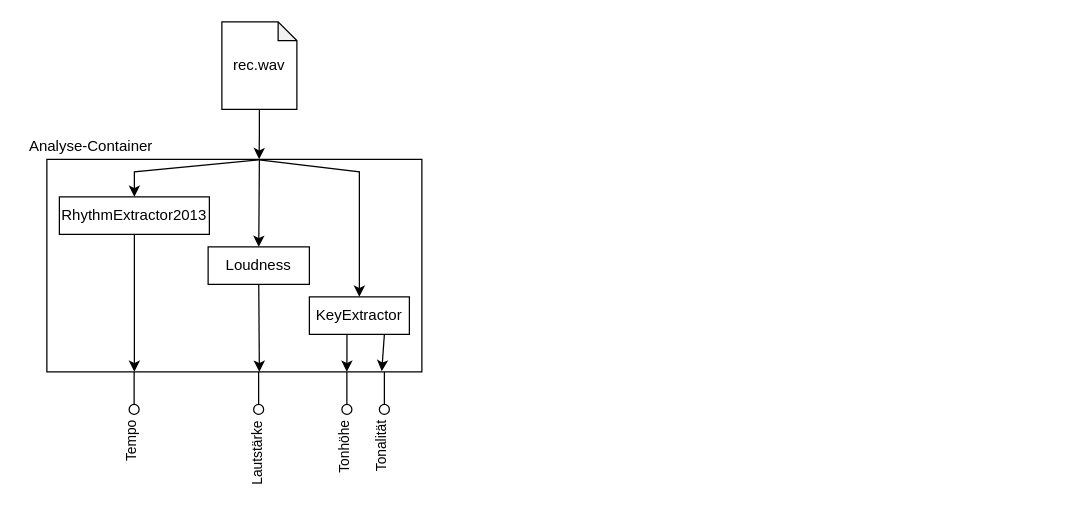
Before: page "Analyse" (2 of 4) of graphics/Grafiken.drawio in r-grun/music-visualization, a draw.io diagram. Source tidied: cells renumbered, new cells numbered last; positions are measured from the earlier drawing's top-left corner, leaving out a move shared by most shapes. Both pictures are drawn from the tidied source at 125%, with x=0, y=0 at pixel (21, 21).
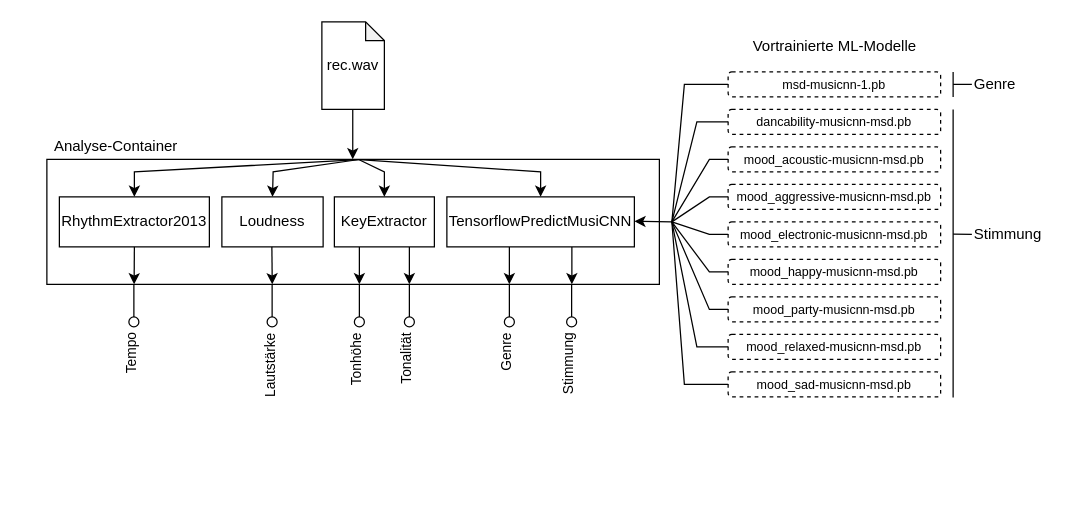
After the change.

Change to the diagram source:
```diff
@@
     <mxCell id="2" style="rounded=0;whiteSpace=wrap;html=1;strokeWidth=1;fillColor=none;" parent="1" vertex="1">
-      <mxGeometry x="20" y="110" width="300" height="170" as="geometry" />
+      <mxGeometry x="20" y="110" width="490" height="100" as="geometry" />
     </mxCell>
     <mxCell id="3" value="Tempo" style="html=1;verticalAlign=middle;labelBackgroundColor=none;endArrow=oval;endFill=0;endSize=8;rounded=0;labelPosition=left;verticalLabelPosition=middle;align=right;horizontal=0;" parent="1" edge="1">
       <mxGeometry x="1" y="10" relative="1" as="geometry">
-        <mxPoint x="89.8" y="280" as="sourcePoint" />
-        <mxPoint x="89.8" y="310" as="targetPoint" />
+        <mxPoint x="89.6" y="210" as="sourcePoint" />
+        <mxPoint x="89.6" y="240" as="targetPoint" />
         <mxPoint x="-10" y="10" as="offset" />
       </mxGeometry>
     </mxCell>
-    <mxCell id="4" style="edgeStyle=orthogonalEdgeStyle;rounded=0;jettySize=auto;html=1;entryX=0.566;entryY=-0.001;entryDx=0;entryDy=0;entryPerimeter=0;labelBackgroundColor=none;labelBorderColor=none;fontSize=12;" parent="1" edge="1" source="5" target="2">
-      <mxGeometry relative="1" as="geometry" />
-    </mxCell>
     <mxCell id="5" value="rec.wav" style="shape=note;whiteSpace=wrap;html=1;backgroundOutline=1;darkOpacity=0.05;fillColor=none;size=15;" parent="1" vertex="1">
-      <mxGeometry x="160" width="60" height="70" as="geometry" />
+      <mxGeometry x="240" width="50" height="70" as="geometry" />
     </mxCell>
     <mxCell id="6" value="RhythmExtractor2013" style="rounded=0;whiteSpace=wrap;html=1;strokeWidth=1;fillColor=none;fontSize=12;" parent="1" vertex="1">
-      <mxGeometry x="30" y="140" width="120" height="30" as="geometry" />
+      <mxGeometry x="30" y="140" width="120" height="40" as="geometry" />
     </mxCell>
     <mxCell id="7" value="Loudness" style="rounded=0;whiteSpace=wrap;html=1;strokeWidth=1;fillColor=none;" parent="1" vertex="1">
-      <mxGeometry x="149" y="180" width="81" height="30" as="geometry" />
+      <mxGeometry x="160" y="140" width="81" height="40" as="geometry" />
     </mxCell>
     <mxCell id="8" value="KeyExtractor" style="rounded=0;whiteSpace=wrap;html=1;strokeWidth=1;fillColor=none;" parent="1" vertex="1">
-      <mxGeometry x="230" y="220" width="80" height="30" as="geometry" />
+      <mxGeometry x="250" y="140" width="80" height="40" as="geometry" />
     </mxCell>
     <mxCell id="9" value="Lautstärke" style="html=1;verticalAlign=middle;labelBackgroundColor=none;endArrow=oval;endFill=0;endSize=8;rounded=0;labelPosition=left;verticalLabelPosition=middle;align=right;horizontal=0;" parent="1" edge="1">
       <mxGeometry x="1" y="10" relative="1" as="geometry">
-        <mxPoint x="189.4" y="280" as="sourcePoint" />
-        <mxPoint x="189.4" y="310" as="targetPoint" />
+        <mxPoint x="200.2" y="210" as="sourcePoint" />
+        <mxPoint x="200.2" y="240" as="targetPoint" />
         <mxPoint x="-9" y="10" as="offset" />
       </mxGeometry>
     </mxCell>
     <mxCell id="10" value="Tonhöhe" style="verticalAlign=middle;labelBackgroundColor=none;endArrow=oval;endFill=0;endSize=8;rounded=0;labelPosition=left;verticalLabelPosition=middle;align=right;html=1;labelBorderColor=none;horizontal=0;" parent="1" edge="1">
       <mxGeometry x="1" y="10" relative="1" as="geometry">
-        <mxPoint x="260" y="280" as="sourcePoint" />
-        <mxPoint x="260" y="310" as="targetPoint" />
+        <mxPoint x="270" y="210" as="sourcePoint" />
+        <mxPoint x="270" y="240" as="targetPoint" />
         <mxPoint x="-10" y="10" as="offset" />
       </mxGeometry>
     </mxCell>
     <mxCell id="11" value="Tonalität" style="html=1;verticalAlign=middle;labelBackgroundColor=none;endArrow=oval;endFill=0;endSize=8;rounded=0;labelPosition=left;verticalLabelPosition=middle;align=right;horizontal=0;" parent="1" edge="1">
       <mxGeometry x="1" y="10" relative="1" as="geometry">
-        <mxPoint x="290" y="280" as="sourcePoint" />
-        <mxPoint x="290" y="310" as="targetPoint" />
+        <mxPoint x="310" y="210" as="sourcePoint" />
+        <mxPoint x="310" y="240" as="targetPoint" />
         <mxPoint x="-10" y="10" as="offset" />
       </mxGeometry>
     </mxCell>
+    <mxCell id="19" value="Analyse-Container" style="text;html=1;align=center;verticalAlign=middle;strokeColor=none;fillColor=none;fontSize=12;" parent="1" vertex="1">
+      <mxGeometry x="20" y="90" width="110" height="20" as="geometry" />
+    </mxCell>
+    <mxCell id="20" style="endArrow=classic;html=1;rounded=0;" parent="1" edge="1">
+      <mxGeometry relative="1" as="geometry">
+        <mxPoint x="264.7" y="70" as="sourcePoint" />
+        <mxPoint x="264.7" y="110" as="targetPoint" />
+      </mxGeometry>
+    </mxCell>
+    <mxCell id="21" value="TensorflowPredictMusiCNN" style="rounded=0;whiteSpace=wrap;html=1;strokeWidth=1;fillColor=none;" parent="1" vertex="1">
+      <mxGeometry x="340" y="140" width="150" height="40" as="geometry" />
+    </mxCell>
+    <mxCell id="22" value="Genre" style="html=1;verticalAlign=middle;labelBackgroundColor=none;endArrow=oval;endFill=0;endSize=8;rounded=0;labelPosition=left;verticalLabelPosition=middle;align=right;horizontal=0;" parent="1" edge="1">
+      <mxGeometry x="1" y="10" relative="1" as="geometry">
+        <mxPoint x="390" y="210" as="sourcePoint" />
+        <mxPoint x="390" y="240" as="targetPoint" />
+        <mxPoint x="-10" y="10" as="offset" />
+      </mxGeometry>
+    </mxCell>
+    <mxCell id="23" value="Stimmung" style="html=1;verticalAlign=middle;labelBackgroundColor=none;endArrow=oval;endFill=0;endSize=8;rounded=0;labelPosition=left;verticalLabelPosition=middle;align=right;horizontal=0;" parent="1" edge="1">
+      <mxGeometry x="1" y="10" relative="1" as="geometry">
+        <mxPoint x="439.8" y="210" as="sourcePoint" />
+        <mxPoint x="439.8" y="240" as="targetPoint" />
+        <mxPoint x="-10" y="10" as="offset" />
+      </mxGeometry>
+    </mxCell>
-    <mxCell id="12" style="endArrow=classic;html=1;rounded=0;entryX=0.5;entryY=0;entryDx=0;entryDy=0;exitX=0.565;exitY=0.002;exitDx=0;exitDy=0;exitPerimeter=0;" parent="1" edge="1" source="2" target="6">
+    <mxCell id="12" style="endArrow=classic;html=1;rounded=0;exitX=0.51;exitY=0.002;exitDx=0;exitDy=0;exitPerimeter=0;entryX=0.5;entryY=0;entryDx=0;entryDy=0;" parent="1" edge="1" source="2" target="6">
       <mxGeometry relative="1" as="geometry">
         <Array as="points">
           <mxPoint x="90" y="120" />
         </Array>
       </mxGeometry>
     </mxCell>
+    <mxCell id="24" style="endArrow=classic;html=1;rounded=0;exitX=0.51;exitY=0.001;exitDx=0;exitDy=0;exitPerimeter=0;entryX=0.5;entryY=0;entryDx=0;entryDy=0;" parent="1" edge="1" source="2" target="7">
+      <mxGeometry relative="1" as="geometry">
+        <Array as="points">
+          <mxPoint x="201" y="120" />
+        </Array>
+      </mxGeometry>
+    </mxCell>
-    <mxCell id="13" style="endArrow=classic;html=1;rounded=0;entryX=0.5;entryY=0;entryDx=0;entryDy=0;exitX=0.566;exitY=0.002;exitDx=0;exitDy=0;exitPerimeter=0;" parent="1" edge="1" source="2" target="8">
+    <mxCell id="13" style="endArrow=classic;html=1;rounded=0;exitX=0.509;exitY=0.001;exitDx=0;exitDy=0;exitPerimeter=0;entryX=0.5;entryY=0;entryDx=0;entryDy=0;" parent="1" edge="1" source="2" target="8">
       <mxGeometry relative="1" as="geometry">
         <Array as="points">
-          <mxPoint x="270" y="120" />
+          <mxPoint x="290" y="120" />
         </Array>
       </mxGeometry>
     </mxCell>
-    <mxCell id="14" style="endArrow=classic;html=1;rounded=0;exitX=0.5;exitY=1;exitDx=0;exitDy=0;" parent="1" edge="1" source="6">
-      <mxGeometry relative="1" as="geometry">
-        <mxPoint x="90" y="280" as="targetPoint" />
-      </mxGeometry>
-    </mxCell>
-    <mxCell id="15" style="endArrow=classic;html=1;rounded=0;exitX=0.5;exitY=1;exitDx=0;exitDy=0;" parent="1" edge="1" source="7">
-      <mxGeometry relative="1" as="geometry">
-        <mxPoint x="190" y="280" as="targetPoint" />
-      </mxGeometry>
-    </mxCell>
-    <mxCell id="16" style="endArrow=classic;html=1;rounded=0;exitX=0.376;exitY=1.002;exitDx=0;exitDy=0;exitPerimeter=0;" parent="1" edge="1" source="8">
-      <mxGeometry relative="1" as="geometry">
-        <mxPoint x="260" y="280" as="targetPoint" />
-      </mxGeometry>
-    </mxCell>
-    <mxCell id="17" style="endArrow=classic;html=1;rounded=0;entryX=0.893;entryY=0.997;entryDx=0;entryDy=0;exitX=0.75;exitY=1;exitDx=0;exitDy=0;entryPerimeter=0;" parent="1" edge="1" source="8" target="2">
-      <mxGeometry relative="1" as="geometry" />
-    </mxCell>
-    <mxCell id="18" style="endArrow=classic;html=1;rounded=0;labelBackgroundColor=none;labelBorderColor=none;fontSize=12;entryX=0.5;entryY=0;entryDx=0;entryDy=0;" parent="1" edge="1" target="7">
-      <mxGeometry relative="1" as="geometry">
-        <mxPoint x="190" y="110" as="sourcePoint" />
-      </mxGeometry>
-    </mxCell>
-    <mxCell id="19" value="Analyse-Container" style="text;html=1;align=center;verticalAlign=middle;strokeColor=none;fillColor=none;fontSize=12;" parent="1" vertex="1">
-      <mxGeometry y="90" width="110" height="20" as="geometry" />
-    </mxCell>
+    <mxCell id="25" style="endArrow=classic;html=1;rounded=0;entryX=0.5;entryY=0;entryDx=0;entryDy=0;exitX=0.51;exitY=0.002;exitDx=0;exitDy=0;exitPerimeter=0;" parent="1" edge="1" source="2" target="21">
+      <mxGeometry relative="1" as="geometry">
+        <Array as="points">
+          <mxPoint x="415" y="120" />
+        </Array>
+      </mxGeometry>
+    </mxCell>
+    <mxCell id="26" style="endArrow=classic;html=1;rounded=0;" parent="1" edge="1">
+      <mxGeometry relative="1" as="geometry">
+        <mxPoint x="90" y="180" as="sourcePoint" />
+        <mxPoint x="89.8" y="210" as="targetPoint" />
+      </mxGeometry>
+    </mxCell>
+    <mxCell id="27" style="endArrow=classic;html=1;rounded=0;" parent="1" edge="1">
+      <mxGeometry relative="1" as="geometry">
+        <mxPoint x="200" y="180" as="sourcePoint" />
+        <mxPoint x="200.3" y="210" as="targetPoint" />
+      </mxGeometry>
+    </mxCell>
+    <mxCell id="28" style="endArrow=classic;html=1;rounded=0;" parent="1" edge="1">
+      <mxGeometry relative="1" as="geometry">
+        <mxPoint x="270" y="180" as="sourcePoint" />
+        <mxPoint x="270" y="210" as="targetPoint" />
+      </mxGeometry>
+    </mxCell>
+    <mxCell id="29" style="endArrow=classic;html=1;rounded=0;" parent="1" edge="1">
+      <mxGeometry relative="1" as="geometry">
+        <mxPoint x="310" y="180" as="sourcePoint" />
+        <mxPoint x="310" y="210" as="targetPoint" />
+      </mxGeometry>
+    </mxCell>
+    <mxCell id="30" style="endArrow=classic;html=1;rounded=0;" parent="1" edge="1">
+      <mxGeometry relative="1" as="geometry">
+        <mxPoint x="390" y="180" as="sourcePoint" />
+        <mxPoint x="390" y="210" as="targetPoint" />
+      </mxGeometry>
+    </mxCell>
+    <mxCell id="31" style="endArrow=classic;html=1;rounded=0;" parent="1" edge="1">
+      <mxGeometry relative="1" as="geometry">
+        <mxPoint x="440" y="180" as="sourcePoint" />
+        <mxPoint x="440" y="210" as="targetPoint" />
+      </mxGeometry>
+    </mxCell>
+    <mxCell id="32" value="msd-musicnn-1.pb" style="rounded=1;whiteSpace=wrap;html=1;dashed=1;fillColor=none;fontSize=10;" parent="1" vertex="1">
+      <mxGeometry x="565" y="40" width="170" height="20" as="geometry" />
+    </mxCell>
+    <mxCell id="33" value="Vortrainierte ML-Modelle" style="text;html=1;align=center;verticalAlign=middle;strokeColor=none;fillColor=none;fontSize=12;" parent="1" vertex="1">
+      <mxGeometry x="575" y="10" width="150" height="20" as="geometry" />
+    </mxCell>
+    <mxCell id="34" style="endArrow=none;html=1;rounded=0;startSize=6;" parent="1" edge="1">
+      <mxGeometry relative="1" as="geometry">
+        <mxPoint x="745" y="60" as="sourcePoint" />
+        <mxPoint x="745" y="40" as="targetPoint" />
+      </mxGeometry>
+    </mxCell>
+    <mxCell id="35" value="Genre" style="text;html=1;align=left;verticalAlign=middle;strokeColor=none;fillColor=none;" parent="1" vertex="1">
+      <mxGeometry x="760" y="40" width="50" height="20" as="geometry" />
+    </mxCell>
+    <mxCell id="36" style="endArrow=none;html=1;rounded=0;startSize=6;" parent="1" edge="1">
+      <mxGeometry relative="1" as="geometry">
+        <mxPoint x="745" y="50" as="sourcePoint" />
+        <mxPoint x="760" y="50" as="targetPoint" />
+      </mxGeometry>
+    </mxCell>
+    <mxCell id="37" value="dancability-musicnn-msd.pb" style="rounded=1;whiteSpace=wrap;html=1;dashed=1;fillColor=none;fontSize=10;" parent="1" vertex="1">
+      <mxGeometry x="565" y="70" width="170" height="20" as="geometry" />
+    </mxCell>
+    <mxCell id="38" value="mood_acoustic-musicnn-msd.pb" style="rounded=1;whiteSpace=wrap;html=1;dashed=1;fillColor=none;fontSize=10;" parent="1" vertex="1">
+      <mxGeometry x="565" y="100" width="170" height="20" as="geometry" />
+    </mxCell>
+    <mxCell id="39" value="mood_aggressive-musicnn-msd.pb" style="rounded=1;whiteSpace=wrap;html=1;dashed=1;fillColor=none;fontSize=10;" parent="1" vertex="1">
+      <mxGeometry x="565" y="130" width="170" height="20" as="geometry" />
+    </mxCell>
+    <mxCell id="40" value="mood_electronic-musicnn-msd.pb" style="rounded=1;whiteSpace=wrap;html=1;dashed=1;fillColor=none;fontSize=10;" parent="1" vertex="1">
+      <mxGeometry x="565" y="160" width="170" height="20" as="geometry" />
+    </mxCell>
+    <mxCell id="41" value="mood_happy-musicnn-msd.pb" style="rounded=1;whiteSpace=wrap;html=1;dashed=1;fillColor=none;fontSize=10;" parent="1" vertex="1">
+      <mxGeometry x="565" y="190" width="170" height="20" as="geometry" />
+    </mxCell>
+    <mxCell id="42" value="mood_party-musicnn-msd.pb" style="rounded=1;whiteSpace=wrap;html=1;dashed=1;fillColor=none;fontSize=10;" parent="1" vertex="1">
+      <mxGeometry x="565" y="220" width="170" height="20" as="geometry" />
+    </mxCell>
+    <mxCell id="43" value="mood_relaxed-musicnn-msd.pb" style="rounded=1;whiteSpace=wrap;html=1;dashed=1;fillColor=none;fontSize=10;" parent="1" vertex="1">
+      <mxGeometry x="565" y="250" width="170" height="20" as="geometry" />
+    </mxCell>
+    <mxCell id="44" value="mood_sad-musicnn-msd.pb" style="rounded=1;whiteSpace=wrap;html=1;dashed=1;fillColor=none;fontSize=10;" parent="1" vertex="1">
+      <mxGeometry x="565" y="280" width="170" height="20" as="geometry" />
+    </mxCell>
+    <mxCell id="45" style="endArrow=none;html=1;rounded=0;startSize=6;" parent="1" edge="1">
+      <mxGeometry relative="1" as="geometry">
+        <mxPoint x="745" y="300.4" as="sourcePoint" />
+        <mxPoint x="745" y="70" as="targetPoint" />
+      </mxGeometry>
+    </mxCell>
+    <mxCell id="46" value="Stimmung" style="text;html=1;align=left;verticalAlign=middle;strokeColor=none;fillColor=none;" parent="1" vertex="1">
+      <mxGeometry x="760" y="160" width="70" height="20" as="geometry" />
+    </mxCell>
+    <mxCell id="47" style="endArrow=none;html=1;rounded=0;startSize=6;" parent="1" edge="1">
+      <mxGeometry relative="1" as="geometry">
+        <mxPoint x="745" y="169.8" as="sourcePoint" />
+        <mxPoint x="760" y="170" as="targetPoint" />
+      </mxGeometry>
+    </mxCell>
+    <mxCell id="48" style="endArrow=classic;html=1;rounded=0;fontSize=10;startSize=6;" parent="1" edge="1">
+      <mxGeometry relative="1" as="geometry">
+        <mxPoint x="520" y="160" as="sourcePoint" />
+        <mxPoint x="490" y="159.6" as="targetPoint" />
+      </mxGeometry>
+    </mxCell>
+    <mxCell id="49" style="endArrow=none;html=1;rounded=0;fontSize=10;startSize=6;entryX=0;entryY=0.5;entryDx=0;entryDy=0;" parent="1" edge="1" target="32">
+      <mxGeometry relative="1" as="geometry">
+        <mxPoint x="520" y="160" as="sourcePoint" />
+        <Array as="points">
+          <mxPoint x="530" y="50" />
+        </Array>
+      </mxGeometry>
+    </mxCell>
+    <mxCell id="50" style="endArrow=none;html=1;rounded=0;fontSize=10;startSize=6;entryX=0;entryY=0.5;entryDx=0;entryDy=0;" parent="1" edge="1" target="37">
+      <mxGeometry relative="1" as="geometry">
+        <mxPoint x="520" y="160" as="sourcePoint" />
+        <Array as="points">
+          <mxPoint x="540" y="80" />
+        </Array>
+      </mxGeometry>
+    </mxCell>
+    <mxCell id="51" style="endArrow=none;html=1;rounded=0;fontSize=10;startSize=6;entryX=0;entryY=0.5;entryDx=0;entryDy=0;" parent="1" edge="1" target="38">
+      <mxGeometry relative="1" as="geometry">
+        <mxPoint x="520" y="160" as="sourcePoint" />
+        <Array as="points">
+          <mxPoint x="550" y="110" />
+        </Array>
+      </mxGeometry>
+    </mxCell>
+    <mxCell id="52" style="endArrow=none;html=1;rounded=0;fontSize=10;startSize=6;entryX=0;entryY=0.5;entryDx=0;entryDy=0;" parent="1" edge="1" target="39">
+      <mxGeometry relative="1" as="geometry">
+        <mxPoint x="520" y="160" as="sourcePoint" />
+        <Array as="points">
+          <mxPoint x="550" y="140" />
+        </Array>
+      </mxGeometry>
+    </mxCell>
+    <mxCell id="53" style="endArrow=none;html=1;rounded=0;fontSize=10;startSize=6;entryX=0;entryY=0.5;entryDx=0;entryDy=0;" parent="1" edge="1" target="40">
+      <mxGeometry relative="1" as="geometry">
+        <mxPoint x="520" y="160" as="sourcePoint" />
+        <Array as="points">
+          <mxPoint x="550" y="170" />
+        </Array>
+      </mxGeometry>
+    </mxCell>
+    <mxCell id="54" style="endArrow=none;html=1;rounded=0;fontSize=10;startSize=6;entryX=0;entryY=0.5;entryDx=0;entryDy=0;" parent="1" edge="1" target="41">
+      <mxGeometry relative="1" as="geometry">
+        <mxPoint x="520" y="160" as="sourcePoint" />
+        <Array as="points">
+          <mxPoint x="550" y="200" />
+        </Array>
+      </mxGeometry>
+    </mxCell>
+    <mxCell id="55" style="endArrow=none;html=1;rounded=0;fontSize=10;startSize=6;exitX=0;exitY=0.5;exitDx=0;exitDy=0;" parent="1" edge="1" source="42">
+      <mxGeometry relative="1" as="geometry">
+        <mxPoint x="520" y="160" as="targetPoint" />
+        <Array as="points">
+          <mxPoint x="550" y="230" />
+        </Array>
+      </mxGeometry>
+    </mxCell>
+    <mxCell id="56" style="endArrow=none;html=1;rounded=0;fontSize=10;startSize=6;exitX=0;exitY=0.5;exitDx=0;exitDy=0;" parent="1" edge="1" source="43">
+      <mxGeometry relative="1" as="geometry">
+        <mxPoint x="520" y="160" as="targetPoint" />
+        <Array as="points">
+          <mxPoint x="540" y="260" />
+        </Array>
+      </mxGeometry>
+    </mxCell>
+    <mxCell id="57" style="endArrow=none;html=1;rounded=0;fontSize=10;startSize=6;exitX=0;exitY=0.5;exitDx=0;exitDy=0;" parent="1" edge="1" source="44">
+      <mxGeometry relative="1" as="geometry">
+        <mxPoint x="520" y="160" as="targetPoint" />
+        <Array as="points">
+          <mxPoint x="530" y="290" />
+        </Array>
+      </mxGeometry>
+    </mxCell>
```
